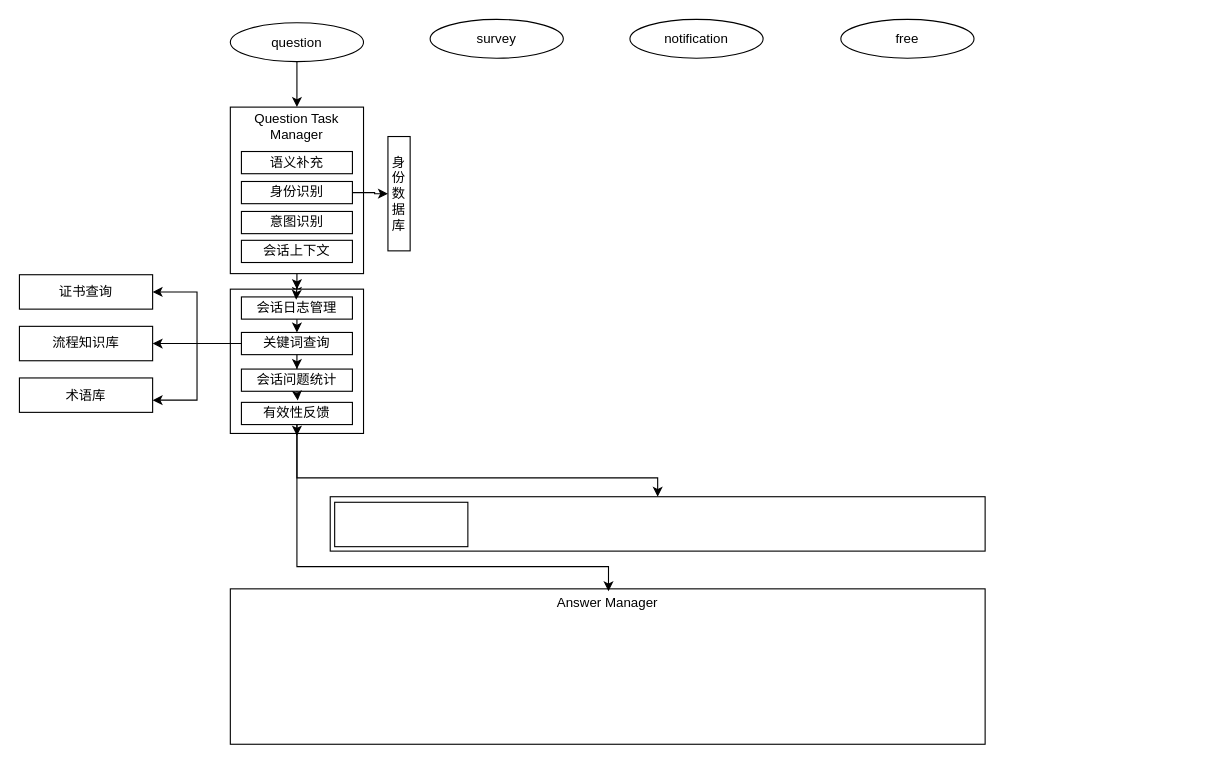
Before: oceanstorsec.drawio in rensx5514/4Muria, a draw.io diagram. Source tidied: cells renumbered, new cells numbered last; positions are measured from the earlier drawing's top-left corner, leaving out a move shared by most shapes. Both pictures are drawn from the tidied source at 111%, with x=0, y=0 at pixel (19, 19).
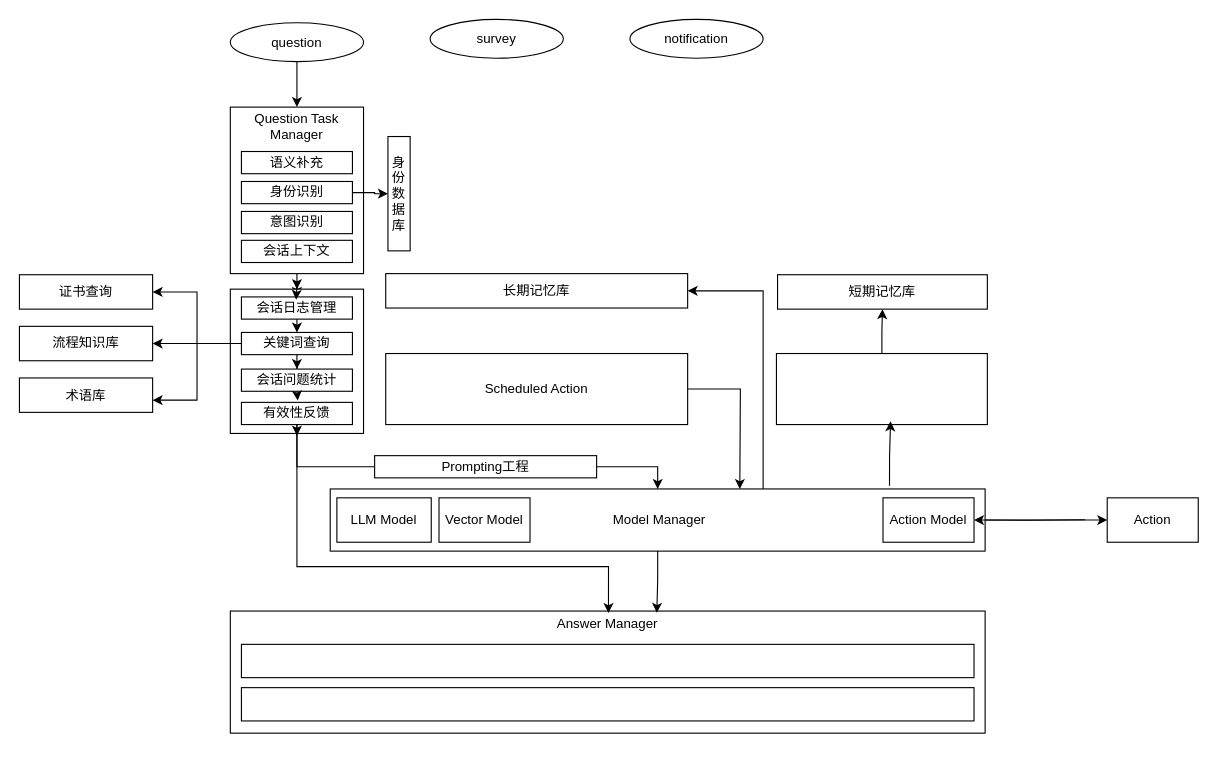
The same diagram, later.

The change refers to these unchanged cells:
```xml
<mxCell id="14" style="rounded=0;whiteSpace=wrap;html=1;" parent="1" vertex="1">
  <mxGeometry x="190" y="243" width="120" height="130" as="geometry" />
</mxCell>
```

Diff of the diagram source:
```diff
@@
+    <mxCell id="37" style="edgeStyle=orthogonalEdgeStyle;rounded=0;jettySize=auto;html=1;" parent="1" edge="1" source="2">
+      <mxGeometry relative="1" as="geometry">
+        <mxPoint x="980" y="451" as="targetPoint" />
+      </mxGeometry>
+    </mxCell>
+    <mxCell id="38" style="edgeStyle=orthogonalEdgeStyle;rounded=0;jettySize=auto;html=1;entryX=1;entryY=0.5;entryDx=0;entryDy=0;" parent="1" edge="1" source="2" target="53">
+      <mxGeometry relative="1" as="geometry">
+        <Array as="points">
+          <mxPoint x="670" y="244" />
+        </Array>
+      </mxGeometry>
+    </mxCell>
-    <mxCell id="2" style="rounded=0;whiteSpace=wrap;html=1;" parent="1" vertex="1">
-      <mxGeometry x="280" y="430" width="590" height="49" as="geometry" />
+    <mxCell id="2" value="&amp;nbsp;Model Manager" style="rounded=0;whiteSpace=wrap;html=1;" parent="1" vertex="1">
+      <mxGeometry x="280" y="423" width="590" height="56" as="geometry" />
     </mxCell>
@@
     <mxCell id="13" style="edgeStyle=orthogonalEdgeStyle;rounded=0;jettySize=auto;html=1;" parent="1" edge="1" source="14" target="2">
       <mxGeometry relative="1" as="geometry">
         <Array as="points">
-          <mxPoint x="250" y="413" />
-          <mxPoint x="575" y="413" />
+          <mxPoint x="250" y="403" />
+          <mxPoint x="575" y="403" />
         </Array>
       </mxGeometry>
     </mxCell>
@@
-    <mxCell id="26" value="Answer Manager&lt;br&gt;&lt;div&gt;&lt;br&gt;&lt;/div&gt;&lt;div&gt;&lt;br&gt;&lt;/div&gt;&lt;div&gt;&lt;br&gt;&lt;/div&gt;&lt;div&gt;&lt;br&gt;&lt;/div&gt;&lt;div&gt;&lt;br&gt;&lt;/div&gt;&lt;div&gt;&lt;br&gt;&lt;/div&gt;&lt;div&gt;&lt;br&gt;&lt;/div&gt;&lt;div&gt;&lt;br&gt;&lt;/div&gt;" style="rounded=0;whiteSpace=wrap;html=1;" parent="1" vertex="1">
-      <mxGeometry x="190" y="513" width="680" height="140" as="geometry" />
+    <mxCell id="26" value="Answer Manager&lt;br&gt;&lt;div&gt;&lt;br&gt;&lt;/div&gt;&lt;div&gt;&lt;br&gt;&lt;/div&gt;&lt;div&gt;&lt;br&gt;&lt;/div&gt;&lt;div&gt;&lt;br&gt;&lt;/div&gt;&lt;div&gt;&lt;br&gt;&lt;/div&gt;&lt;div&gt;&lt;br&gt;&lt;/div&gt;" style="rounded=0;whiteSpace=wrap;html=1;" parent="1" vertex="1">
+      <mxGeometry x="190" y="533" width="680" height="110" as="geometry" />
     </mxCell>
@@
-    <mxCell id="31" value="free" style="ellipse;whiteSpace=wrap;html=1;" parent="1" vertex="1">
-      <mxGeometry x="740" width="120" height="35" as="geometry" />
-    </mxCell>
@@
-    <mxCell id="36" style="rounded=0;whiteSpace=wrap;html=1;" parent="1" vertex="1">
-      <mxGeometry x="284" y="435" width="120" height="40" as="geometry" />
+    <mxCell id="36" value="LLM Model" style="rounded=0;whiteSpace=wrap;html=1;" parent="1" vertex="1">
+      <mxGeometry x="286" y="431" width="85" height="40" as="geometry" />
     </mxCell>
+    <mxCell id="39" value="Vector Model" style="rounded=0;whiteSpace=wrap;html=1;" parent="1" vertex="1">
+      <mxGeometry x="378" y="431" width="82" height="40" as="geometry" />
+    </mxCell>
+    <mxCell id="40" style="edgeStyle=orthogonalEdgeStyle;rounded=0;jettySize=auto;html=1;entryX=0.565;entryY=0.014;entryDx=0;entryDy=0;entryPerimeter=0;" parent="1" edge="1" source="2" target="26">
+      <mxGeometry relative="1" as="geometry" />
+    </mxCell>
+    <mxCell id="41" value="Prompting工程" style="rounded=0;whiteSpace=wrap;html=1;" parent="1" vertex="1">
+      <mxGeometry x="320" y="393" width="200" height="20" as="geometry" />
+    </mxCell>
+    <mxCell id="42" style="edgeStyle=orthogonalEdgeStyle;rounded=0;jettySize=auto;html=1;exitX=1;exitY=0.5;exitDx=0;exitDy=0;" parent="1" edge="1" source="43">
+      <mxGeometry relative="1" as="geometry">
+        <mxPoint x="649" y="423" as="targetPoint" />
+      </mxGeometry>
+    </mxCell>
+    <mxCell id="43" value="Scheduled Action" style="rounded=0;whiteSpace=wrap;html=1;" parent="1" vertex="1">
+      <mxGeometry x="330" y="301" width="272" height="64" as="geometry" />
+    </mxCell>
+    <mxCell id="44" style="edgeStyle=orthogonalEdgeStyle;rounded=0;jettySize=auto;html=1;" parent="1" edge="1" source="45" target="49">
+      <mxGeometry relative="1" as="geometry" />
+    </mxCell>
+    <mxCell id="45" style="rounded=0;whiteSpace=wrap;html=1;" parent="1" vertex="1">
+      <mxGeometry x="682" y="301" width="190" height="64" as="geometry" />
+    </mxCell>
+    <mxCell id="46" style="edgeStyle=orthogonalEdgeStyle;rounded=0;jettySize=auto;html=1;entryX=0.541;entryY=0.954;entryDx=0;entryDy=0;entryPerimeter=0;exitX=0.854;exitY=-0.051;exitDx=0;exitDy=0;exitPerimeter=0;" parent="1" edge="1" source="2" target="45">
+      <mxGeometry relative="1" as="geometry" />
+    </mxCell>
+    <mxCell id="47" style="rounded=0;whiteSpace=wrap;html=1;" parent="1" vertex="1">
+      <mxGeometry x="200" y="563" width="660" height="30" as="geometry" />
+    </mxCell>
+    <mxCell id="48" style="rounded=0;whiteSpace=wrap;html=1;" parent="1" vertex="1">
+      <mxGeometry x="200" y="602" width="660" height="30" as="geometry" />
+    </mxCell>
+    <mxCell id="49" value="短期记忆库" style="rounded=0;whiteSpace=wrap;html=1;" parent="1" vertex="1">
+      <mxGeometry x="683" y="230" width="189" height="31" as="geometry" />
+    </mxCell>
+    <mxCell id="50" value="Action Model" style="rounded=0;whiteSpace=wrap;html=1;" parent="1" vertex="1">
+      <mxGeometry x="778" y="431" width="82" height="40" as="geometry" />
+    </mxCell>
+    <mxCell id="51" style="edgeStyle=orthogonalEdgeStyle;rounded=0;jettySize=auto;html=1;entryX=1;entryY=0.5;entryDx=0;entryDy=0;" parent="1" edge="1" target="50">
+      <mxGeometry relative="1" as="geometry">
+        <mxPoint x="960" y="450.7" as="sourcePoint" />
+      </mxGeometry>
+    </mxCell>
+    <mxCell id="52" value="Action" style="rounded=0;whiteSpace=wrap;html=1;" parent="1" vertex="1">
+      <mxGeometry x="980" y="431" width="82" height="40" as="geometry" />
+    </mxCell>
+    <mxCell id="53" value="长期记忆库" style="rounded=0;whiteSpace=wrap;html=1;" parent="1" vertex="1">
+      <mxGeometry x="330" y="229" width="272" height="31" as="geometry" />
+    </mxCell>
```
